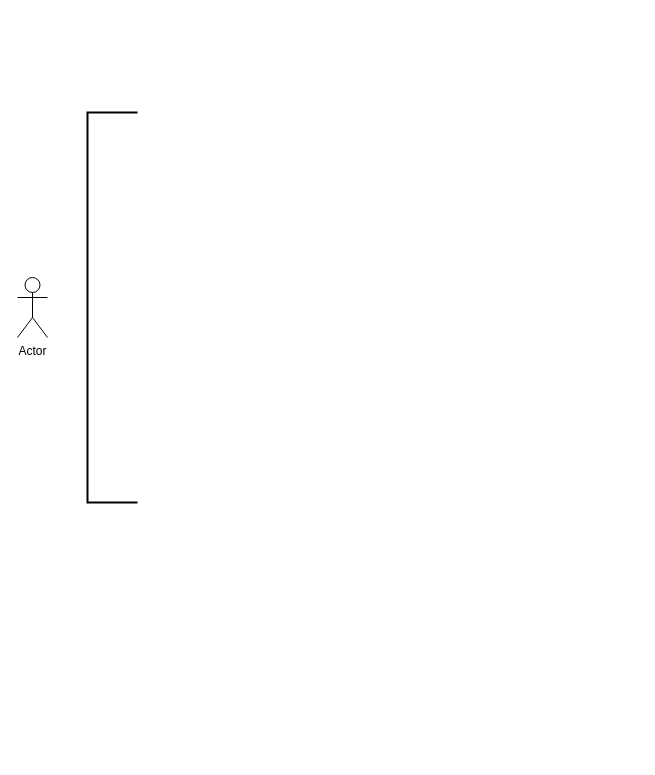
Before: Untitled Diagram.drawio in yangsenessa/babelprod, a draw.io diagram. Source tidied: cells renumbered, new cells numbered last; positions are measured from the earlier drawing's top-left corner, leaving out a move shared by most shapes. Both pictures are drawn from the tidied source at 100%, with x=0, y=0 at pixel (17, 112).
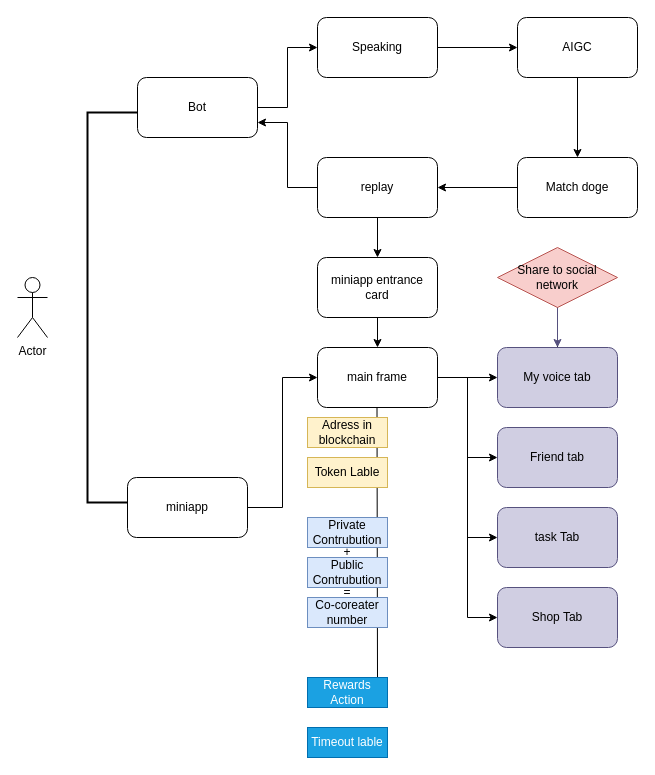
Above is the later version.

The edit, as a diff of the source:
```diff
@@
+    <mxCell id="4" style="edgeStyle=orthogonalEdgeStyle;rounded=0;jettySize=auto;html=1;" parent="1" edge="1" source="5" target="9">
+      <mxGeometry relative="1" as="geometry" />
+    </mxCell>
+    <mxCell id="5" value="Bot" style="rounded=1;whiteSpace=wrap;html=1;" parent="1" vertex="1">
+      <mxGeometry x="120" y="-35" width="120" height="60" as="geometry" />
+    </mxCell>
+    <mxCell id="6" style="edgeStyle=orthogonalEdgeStyle;rounded=0;jettySize=auto;html=1;entryX=0;entryY=0.5;entryDx=0;entryDy=0;" parent="1" edge="1" source="7" target="23">
+      <mxGeometry relative="1" as="geometry" />
+    </mxCell>
+    <mxCell id="7" value="miniapp" style="rounded=1;whiteSpace=wrap;html=1;" parent="1" vertex="1">
+      <mxGeometry x="110" y="365" width="120" height="60" as="geometry" />
+    </mxCell>
+    <mxCell id="8" style="edgeStyle=orthogonalEdgeStyle;rounded=0;jettySize=auto;html=1;" parent="1" edge="1" source="9" target="11">
+      <mxGeometry relative="1" as="geometry" />
+    </mxCell>
+    <mxCell id="9" value="Speaking" style="rounded=1;whiteSpace=wrap;html=1;" parent="1" vertex="1">
+      <mxGeometry x="300" y="-95" width="120" height="60" as="geometry" />
+    </mxCell>
+    <mxCell id="10" style="edgeStyle=orthogonalEdgeStyle;rounded=0;jettySize=auto;html=1;" parent="1" edge="1" source="11" target="13">
+      <mxGeometry relative="1" as="geometry" />
+    </mxCell>
+    <mxCell id="11" value="AIGC" style="whiteSpace=wrap;html=1;rounded=1;" parent="1" vertex="1">
+      <mxGeometry x="500" y="-95" width="120" height="60" as="geometry" />
+    </mxCell>
+    <mxCell id="12" style="edgeStyle=orthogonalEdgeStyle;rounded=0;jettySize=auto;html=1;" parent="1" edge="1" source="13" target="16">
+      <mxGeometry relative="1" as="geometry" />
+    </mxCell>
+    <mxCell id="13" value="Match doge" style="whiteSpace=wrap;html=1;rounded=1;" parent="1" vertex="1">
+      <mxGeometry x="500" y="45" width="120" height="60" as="geometry" />
+    </mxCell>
+    <mxCell id="14" style="edgeStyle=orthogonalEdgeStyle;rounded=0;jettySize=auto;html=1;entryX=1;entryY=0.75;entryDx=0;entryDy=0;" parent="1" edge="1" source="16" target="5">
+      <mxGeometry relative="1" as="geometry" />
+    </mxCell>
+    <mxCell id="15" style="edgeStyle=orthogonalEdgeStyle;rounded=0;jettySize=auto;html=1;" parent="1" edge="1" source="16" target="18">
+      <mxGeometry relative="1" as="geometry" />
+    </mxCell>
+    <mxCell id="16" value="replay" style="whiteSpace=wrap;html=1;rounded=1;" parent="1" vertex="1">
+      <mxGeometry x="300" y="45" width="120" height="60" as="geometry" />
+    </mxCell>
+    <mxCell id="17" style="edgeStyle=orthogonalEdgeStyle;rounded=0;jettySize=auto;html=1;" parent="1" edge="1" source="18" target="23">
+      <mxGeometry relative="1" as="geometry" />
+    </mxCell>
+    <mxCell id="18" value="miniapp entrance card" style="whiteSpace=wrap;html=1;rounded=1;" parent="1" vertex="1">
+      <mxGeometry x="300" y="145" width="120" height="60" as="geometry" />
+    </mxCell>
+    <mxCell id="19" style="edgeStyle=orthogonalEdgeStyle;rounded=0;jettySize=auto;html=1;" parent="1" edge="1" source="23">
+      <mxGeometry relative="1" as="geometry">
+        <mxPoint x="480" y="265" as="targetPoint" />
+      </mxGeometry>
+    </mxCell>
+    <mxCell id="20" style="edgeStyle=orthogonalEdgeStyle;rounded=0;jettySize=auto;html=1;" parent="1" edge="1" target="26">
+      <mxGeometry relative="1" as="geometry">
+        <mxPoint x="430" y="265" as="sourcePoint" />
+        <Array as="points">
+          <mxPoint x="450" y="265" />
+          <mxPoint x="450" y="345" />
+        </Array>
+      </mxGeometry>
+    </mxCell>
+    <mxCell id="21" style="edgeStyle=orthogonalEdgeStyle;rounded=0;jettySize=auto;html=1;entryX=0;entryY=0.5;entryDx=0;entryDy=0;" parent="1" edge="1" source="23" target="27">
+      <mxGeometry relative="1" as="geometry" />
+    </mxCell>
+    <mxCell id="22" style="edgeStyle=orthogonalEdgeStyle;rounded=0;jettySize=auto;html=1;entryX=0;entryY=0.5;entryDx=0;entryDy=0;" parent="1" edge="1" source="23" target="28">
+      <mxGeometry relative="1" as="geometry">
+        <Array as="points">
+          <mxPoint x="450" y="265" />
+          <mxPoint x="450" y="505" />
+        </Array>
+      </mxGeometry>
+    </mxCell>
+    <mxCell id="23" value="main frame" style="whiteSpace=wrap;html=1;rounded=1;" parent="1" vertex="1">
+      <mxGeometry x="300" y="235" width="120" height="60" as="geometry" />
+    </mxCell>
+    <mxCell id="24" style="edgeStyle=orthogonalEdgeStyle;rounded=0;jettySize=auto;html=1;" parent="1" edge="1" source="25">
+      <mxGeometry relative="1" as="geometry">
+        <mxPoint x="540" y="185" as="targetPoint" />
+      </mxGeometry>
+    </mxCell>
+    <mxCell id="25" value="My voice tab" style="rounded=1;whiteSpace=wrap;html=1;fillColor=#d0cee2;strokeColor=#56517e;" parent="1" vertex="1">
+      <mxGeometry x="480" y="235" width="120" height="60" as="geometry" />
+    </mxCell>
+    <mxCell id="26" value="Friend tab" style="rounded=1;whiteSpace=wrap;html=1;fillColor=#d0cee2;strokeColor=#56517e;" parent="1" vertex="1">
+      <mxGeometry x="480" y="315" width="120" height="60" as="geometry" />
+    </mxCell>
+    <mxCell id="27" value="task Tab" style="rounded=1;whiteSpace=wrap;html=1;fillColor=#d0cee2;strokeColor=#56517e;" parent="1" vertex="1">
+      <mxGeometry x="480" y="395" width="120" height="60" as="geometry" />
+    </mxCell>
+    <mxCell id="28" value="Shop Tab" style="rounded=1;whiteSpace=wrap;html=1;fillColor=#d0cee2;strokeColor=#56517e;" parent="1" vertex="1">
+      <mxGeometry x="480" y="475" width="120" height="60" as="geometry" />
+    </mxCell>
+    <mxCell id="29" style="edgeStyle=orthogonalEdgeStyle;rounded=0;jettySize=auto;html=1;fillColor=#d0cee2;strokeColor=#56517e;" parent="1" edge="1" source="30" target="25">
+      <mxGeometry relative="1" as="geometry" />
+    </mxCell>
+    <mxCell id="30" value="Share to social network" style="rhombus;whiteSpace=wrap;html=1;fillColor=#f8cecc;strokeColor=#b85450;" parent="1" vertex="1">
+      <mxGeometry x="480" y="135" width="120" height="60" as="geometry" />
+    </mxCell>
+    <mxCell id="31" style="endArrow=none;html=1;rounded=0;" parent="1" edge="1">
+      <mxGeometry relative="1" as="geometry">
+        <mxPoint x="360" y="565" as="sourcePoint" />
+        <mxPoint x="359.5" y="295" as="targetPoint" />
+      </mxGeometry>
+    </mxCell>
+    <mxCell id="32" value="Token Lable" style="rounded=0;whiteSpace=wrap;html=1;fillColor=#fff2cc;strokeColor=#d6b656;" parent="1" vertex="1">
+      <mxGeometry x="290" y="345" width="80" height="30" as="geometry" />
+    </mxCell>
+    <mxCell id="33" value="Adress in blockchain" style="rounded=0;whiteSpace=wrap;html=1;fillColor=#fff2cc;strokeColor=#d6b656;" parent="1" vertex="1">
+      <mxGeometry x="290" y="305" width="80" height="30" as="geometry" />
+    </mxCell>
+    <mxCell id="34" value="Private Contrubution" style="rounded=0;whiteSpace=wrap;html=1;fillColor=#dae8fc;strokeColor=#6c8ebf;" parent="1" vertex="1">
+      <mxGeometry x="290" y="405" width="80" height="30" as="geometry" />
+    </mxCell>
+    <mxCell id="35" value="Rewards Action" style="rounded=0;whiteSpace=wrap;html=1;fillColor=#1ba1e2;fontColor=#ffffff;strokeColor=#006EAF;" parent="1" vertex="1">
+      <mxGeometry x="290" y="565" width="80" height="30" as="geometry" />
+    </mxCell>
+    <mxCell id="36" value="Timeout lable" style="rounded=0;whiteSpace=wrap;html=1;fillColor=#1ba1e2;fontColor=#ffffff;strokeColor=#006EAF;" parent="1" vertex="1">
+      <mxGeometry x="290" y="615" width="80" height="30" as="geometry" />
+    </mxCell>
+    <mxCell id="37" value="Public Contrubution" style="rounded=0;whiteSpace=wrap;html=1;fillColor=#dae8fc;strokeColor=#6c8ebf;" parent="1" vertex="1">
+      <mxGeometry x="290" y="445" width="80" height="30" as="geometry" />
+    </mxCell>
+    <mxCell id="38" value="Co-coreater number" style="rounded=0;whiteSpace=wrap;html=1;fillColor=#dae8fc;strokeColor=#6c8ebf;" parent="1" vertex="1">
+      <mxGeometry x="290" y="485" width="80" height="30" as="geometry" />
+    </mxCell>
+    <mxCell id="39" value="+" style="text;html=1;strokeColor=none;fillColor=none;align=center;verticalAlign=middle;whiteSpace=wrap;rounded=0;" parent="1" vertex="1">
+      <mxGeometry x="300" y="425" width="60" height="30" as="geometry" />
+    </mxCell>
+    <mxCell id="40" value="=" style="text;html=1;strokeColor=none;fillColor=none;align=center;verticalAlign=middle;whiteSpace=wrap;rounded=0;" parent="1" vertex="1">
+      <mxGeometry x="300" y="465" width="60" height="30" as="geometry" />
+    </mxCell>
```
